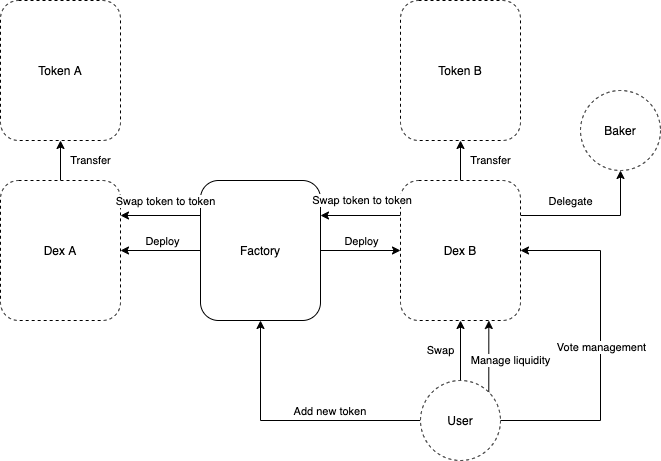
Earlier version of the draw.io export Architecture.png (madfish-solutions/quipuswap-core). Source tidied: cells renumbered, new cells last; positions are measured from the earlier drawing's top-left corner, leaving out a move shared by most shapes. The source it was exported from:
```xml
<mxGraphModel>
  <root>
    <mxCell id="0" />
    <mxCell id="1" parent="0" />
    <mxCell id="2" value="Transfer" style="edgeStyle=orthogonalEdgeStyle;rounded=0;jettySize=auto;html=1;" parent="1" edge="1" source="3">
      <mxGeometry y="-30" relative="1" as="geometry">
        <mxPoint x="60" y="140" as="targetPoint" />
      </mxGeometry>
    </mxCell>
    <mxCell id="3" value="Dex A" style="rounded=1;whiteSpace=wrap;html=1;dashed=1;" parent="1" vertex="1">
      <mxGeometry y="180" width="120" height="140" as="geometry" />
    </mxCell>
    <mxCell id="4" style="edgeStyle=orthogonalEdgeStyle;rounded=0;jettySize=auto;html=1;exitX=0;exitY=0.5;exitDx=0;exitDy=0;" parent="1" edge="1" source="8" target="3">
      <mxGeometry relative="1" as="geometry" />
    </mxCell>
    <mxCell id="5" value="Deploy" style="edgeLabel;html=1;align=center;verticalAlign=middle;" parent="4" vertex="1">
      <mxGeometry x="0.12" y="-2" relative="1" as="geometry">
        <mxPoint x="4.8" y="-8" as="offset" />
      </mxGeometry>
    </mxCell>
    <mxCell id="6" style="edgeStyle=orthogonalEdgeStyle;rounded=0;jettySize=auto;html=1;" parent="1" edge="1" source="8" target="12">
      <mxGeometry relative="1" as="geometry" />
    </mxCell>
    <mxCell id="7" value="Deploy" style="edgeLabel;html=1;align=center;verticalAlign=middle;" parent="6" vertex="1">
      <mxGeometry relative="1" as="geometry">
        <mxPoint y="-10" as="offset" />
      </mxGeometry>
    </mxCell>
    <mxCell id="8" value="Factory" style="rounded=1;whiteSpace=wrap;html=1;" parent="1" vertex="1">
      <mxGeometry x="200" y="180" width="120" height="140" as="geometry" />
    </mxCell>
    <mxCell id="9" value="Token A" style="rounded=1;whiteSpace=wrap;html=1;dashed=1;" parent="1" vertex="1">
      <mxGeometry width="120" height="140" as="geometry" />
    </mxCell>
    <mxCell id="10" value="Delegate" style="edgeStyle=orthogonalEdgeStyle;rounded=0;jettySize=auto;html=1;exitX=1;exitY=0.25;exitDx=0;exitDy=0;entryX=0.5;entryY=1;entryDx=0;entryDy=0;" parent="1" edge="1" source="12" target="21">
      <mxGeometry x="0.59" y="50" relative="1" as="geometry" />
    </mxCell>
    <mxCell id="11" value="Transfer" style="edgeStyle=orthogonalEdgeStyle;rounded=0;jettySize=auto;html=1;" parent="1" edge="1" source="12" target="13">
      <mxGeometry y="-30" relative="1" as="geometry" />
    </mxCell>
    <mxCell id="12" value="Dex B" style="rounded=1;whiteSpace=wrap;html=1;dashed=1;" parent="1" vertex="1">
      <mxGeometry x="400" y="180" width="120" height="140" as="geometry" />
    </mxCell>
    <mxCell id="13" value="Token B" style="rounded=1;whiteSpace=wrap;html=1;dashed=1;" parent="1" vertex="1">
      <mxGeometry x="400" width="120" height="140" as="geometry" />
    </mxCell>
    <mxCell id="14" style="edgeStyle=orthogonalEdgeStyle;rounded=0;jettySize=auto;html=1;" parent="1" edge="1" source="20" target="8">
      <mxGeometry relative="1" as="geometry" />
    </mxCell>
    <mxCell id="15" value="Add new token&amp;nbsp;" style="edgeLabel;html=1;align=center;verticalAlign=middle;" parent="14" vertex="1">
      <mxGeometry x="-0.12" y="-4" relative="1" as="geometry">
        <mxPoint x="24.2" y="-6" as="offset" />
      </mxGeometry>
    </mxCell>
    <mxCell id="16" value="Swap" style="edgeStyle=orthogonalEdgeStyle;rounded=0;jettySize=auto;html=1;exitX=0.5;exitY=0;exitDx=0;exitDy=0;" parent="1" edge="1" source="20" target="12">
      <mxGeometry y="20" relative="1" as="geometry" />
    </mxCell>
    <mxCell id="17" value="Manage liquidity" style="edgeStyle=orthogonalEdgeStyle;rounded=0;jettySize=auto;html=1;exitX=1;exitY=0;exitDx=0;exitDy=0;entryX=0.736;entryY=1;entryDx=0;entryDy=0;entryPerimeter=0;" parent="1" edge="1" source="20" target="12">
      <mxGeometry x="-0.12" y="-22" relative="1" as="geometry" />
    </mxCell>
    <mxCell id="18" style="edgeStyle=orthogonalEdgeStyle;rounded=0;jettySize=auto;html=1;exitX=1;exitY=0.5;exitDx=0;exitDy=0;entryX=1;entryY=0.5;entryDx=0;entryDy=0;" parent="1" edge="1" source="20" target="12">
      <mxGeometry relative="1" as="geometry">
        <Array as="points">
          <mxPoint x="600" y="420" />
          <mxPoint x="600" y="250" />
        </Array>
      </mxGeometry>
    </mxCell>
    <mxCell id="19" value="Vote management" style="edgeLabel;html=1;align=center;verticalAlign=middle;" parent="18" vertex="1">
      <mxGeometry relative="1" as="geometry" />
    </mxCell>
    <mxCell id="20" value="User" style="ellipse;whiteSpace=wrap;html=1;dashed=1;" parent="1" vertex="1">
      <mxGeometry x="420" y="380" width="80" height="80" as="geometry" />
    </mxCell>
    <mxCell id="21" value="Baker" style="ellipse;whiteSpace=wrap;html=1;dashed=1;" parent="1" vertex="1">
      <mxGeometry x="580" y="90" width="80" height="80" as="geometry" />
    </mxCell>
    <mxCell id="22" value="&amp;nbsp;Swap&amp;nbsp;token to token" style="edgeStyle=orthogonalEdgeStyle;rounded=0;jettySize=auto;html=1;exitX=0;exitY=0.25;exitDx=0;exitDy=0;entryX=1;entryY=0.25;entryDx=0;entryDy=0;" parent="1" edge="1" source="12" target="8">
      <mxGeometry y="-15" relative="1" as="geometry" />
    </mxCell>
    <mxCell id="23" value="&lt;span style=&quot;color: rgba(0 , 0 , 0 , 0) ; font-family: monospace ; font-size: 0px ; background-color: rgb(248 , 249 , 250)&quot;&gt;%3CmxGraphModel%3E%3Croot%3E%3CmxCell%20id%3D%220%22%2F%3E%3CmxCell%20id%3D%221%22%20parent%3D%220%22%2F%3E%3CmxCell%20id%3D%222%22%20value%3D%22%26amp%3Bnbsp%3BSwap%26amp%3Bnbsp%3Btoken%20to%20token%22%20style%3D%22edgeStyle%3DorthogonalEdgeStyle%3Brounded%3D0%3BorthogonalLoop%3D1%3BjettySize%3Dauto%3Bhtml%3D1%3BexitX%3D0%3BexitY%3D0.25%3BexitDx%3D0%3BexitDy%3D0%3BentryX%3D1%3BentryY%3D0.25%3BentryDx%3D0%3BentryDy%3D0%3B%22%20edge%3D%221%22%20parent%3D%221%22%3E%3CmxGeometry%20y%3D%22-15%22%20relative%3D%221%22%20as%3D%22geometry%22%3E%3CmxPoint%20x%3D%22520%22%20y%3D%22195.00000000000023%22%20as%3D%22sourcePoint%22%2F%3E%3CmxPoint%20x%3D%22440%22%20y%3D%22195.00000000000023%22%20as%3D%22targetPoint%22%2F%3E%3CmxPoint%20as%3D%22offset%22%2F%3E%3C%2FmxGeometry%3E%3C%2FmxCell%3E%3C%2Froot%3E%3C%2FmxGraphModel%3ES&lt;/span&gt;" style="edgeStyle=orthogonalEdgeStyle;rounded=0;jettySize=auto;html=1;exitX=0;exitY=0.25;exitDx=0;exitDy=0;entryX=1;entryY=0.25;entryDx=0;entryDy=0;" parent="1" edge="1" source="8" target="3">
      <mxGeometry relative="1" as="geometry" />
    </mxCell>
    <mxCell id="24" value="Swap token to token" style="edgeLabel;html=1;align=center;verticalAlign=middle;" parent="23" vertex="1">
      <mxGeometry x="-0.09" y="-2" relative="1" as="geometry">
        <mxPoint y="-13" as="offset" />
      </mxGeometry>
    </mxCell>
  </root>
</mxGraphModel>
```
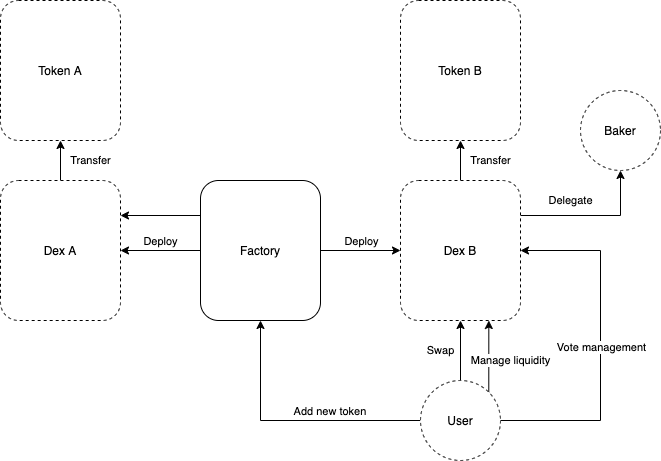
Above is the later version.

Change to the diagram source:
```diff
@@ -75,16 +75,8 @@
     <mxCell id="21" value="Baker" style="ellipse;whiteSpace=wrap;html=1;dashed=1;" parent="1" vertex="1">
       <mxGeometry x="580" y="90" width="80" height="80" as="geometry" />
     </mxCell>
-    <mxCell id="22" value="&amp;nbsp;Swap&amp;nbsp;token to token" style="edgeStyle=orthogonalEdgeStyle;rounded=0;jettySize=auto;html=1;exitX=0;exitY=0.25;exitDx=0;exitDy=0;entryX=1;entryY=0.25;entryDx=0;entryDy=0;" parent="1" edge="1" source="12" target="8">
-      <mxGeometry y="-15" relative="1" as="geometry" />
-    </mxCell>
     <mxCell id="23" value="&lt;span style=&quot;color: rgba(0 , 0 , 0 , 0) ; font-family: monospace ; font-size: 0px ; background-color: rgb(248 , 249 , 250)&quot;&gt;%3CmxGraphModel%3E%3Croot%3E%3CmxCell%20id%3D%220%22%2F%3E%3CmxCell%20id%3D%221%22%20parent%3D%220%22%2F%3E%3CmxCell%20id%3D%222%22%20value%3D%22%26amp%3Bnbsp%3BSwap%26amp%3Bnbsp%3Btoken%20to%20token%22%20style%3D%22edgeStyle%3DorthogonalEdgeStyle%3Brounded%3D0%3BorthogonalLoop%3D1%3BjettySize%3Dauto%3Bhtml%3D1%3BexitX%3D0%3BexitY%3D0.25%3BexitDx%3D0%3BexitDy%3D0%3BentryX%3D1%3BentryY%3D0.25%3BentryDx%3D0%3BentryDy%3D0%3B%22%20edge%3D%221%22%20parent%3D%221%22%3E%3CmxGeometry%20y%3D%22-15%22%20relative%3D%221%22%20as%3D%22geometry%22%3E%3CmxPoint%20x%3D%22520%22%20y%3D%22195.00000000000023%22%20as%3D%22sourcePoint%22%2F%3E%3CmxPoint%20x%3D%22440%22%20y%3D%22195.00000000000023%22%20as%3D%22targetPoint%22%2F%3E%3CmxPoint%20as%3D%22offset%22%2F%3E%3C%2FmxGeometry%3E%3C%2FmxCell%3E%3C%2Froot%3E%3C%2FmxGraphModel%3ES&lt;/span&gt;" style="edgeStyle=orthogonalEdgeStyle;rounded=0;jettySize=auto;html=1;exitX=0;exitY=0.25;exitDx=0;exitDy=0;entryX=1;entryY=0.25;entryDx=0;entryDy=0;" parent="1" edge="1" source="8" target="3">
       <mxGeometry relative="1" as="geometry" />
     </mxCell>
-    <mxCell id="24" value="Swap token to token" style="edgeLabel;html=1;align=center;verticalAlign=middle;" parent="23" vertex="1">
-      <mxGeometry x="-0.09" y="-2" relative="1" as="geometry">
-        <mxPoint y="-13" as="offset" />
-      </mxGeometry>
-    </mxCell>
   </root>
 </mxGraphModel>
```
